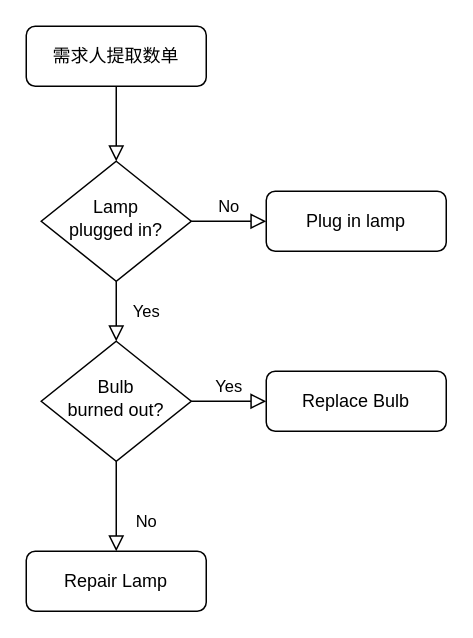
Above: Untitled Diagram.drawio in leeing/myconf (draw.io), before the change. Source tidied: cells renumbered, new cells numbered last; positions are measured from the earlier drawing's top-left corner, leaving out a move shared by most shapes. Both pictures are drawn from the tidied source at 150%, with x=0, y=0 at pixel (26, 26).
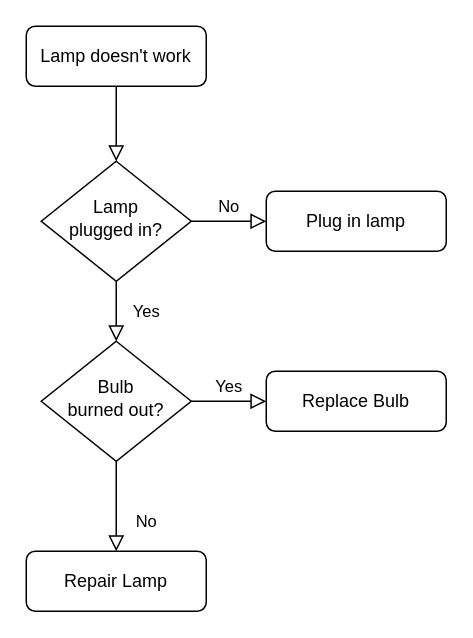
The same diagram, later.

What changed in the source:
```diff
@@
 <mxGraphModel>
   <root>
     <mxCell id="0" />
     <mxCell id="1" parent="0" />
     <mxCell id="2" style="rounded=0;html=1;jettySize=auto;fontSize=11;endArrow=block;endFill=0;endSize=8;strokeWidth=1;shadow=0;labelBackgroundColor=none;edgeStyle=orthogonalEdgeStyle;" parent="1" edge="1" source="3" target="6">
       <mxGeometry relative="1" as="geometry" />
     </mxCell>
-    <mxCell id="3" value="需求人提取数单" style="rounded=1;whiteSpace=wrap;html=1;fontSize=12;glass=0;strokeWidth=1;shadow=0;" parent="1" vertex="1">
+    <mxCell id="3" value="Lamp doesn't work" style="rounded=1;whiteSpace=wrap;html=1;fontSize=12;glass=0;strokeWidth=1;shadow=0;" parent="1" vertex="1">
       <mxGeometry width="120" height="40" as="geometry" />
     </mxCell>
     <mxCell id="4" value="Yes" style="rounded=0;html=1;jettySize=auto;fontSize=11;endArrow=block;endFill=0;endSize=8;strokeWidth=1;shadow=0;labelBackgroundColor=none;edgeStyle=orthogonalEdgeStyle;" parent="1" edge="1" source="6" target="10">
       <mxGeometry y="20" relative="1" as="geometry" />
     </mxCell>
     <mxCell id="5" value="No" style="edgeStyle=orthogonalEdgeStyle;rounded=0;html=1;jettySize=auto;fontSize=11;endArrow=block;endFill=0;endSize=8;strokeWidth=1;shadow=0;labelBackgroundColor=none;" parent="1" edge="1" source="6" target="7">
       <mxGeometry y="10" relative="1" as="geometry" />
     </mxCell>
     <mxCell id="6" value="Lamp&lt;br&gt;plugged in?" style="rhombus;whiteSpace=wrap;html=1;shadow=0;fontFamily=Helvetica;fontSize=12;align=center;strokeWidth=1;spacing=6;spacingTop=-4;" parent="1" vertex="1">
       <mxGeometry x="10" y="90" width="100" height="80" as="geometry" />
     </mxCell>
     <mxCell id="7" value="Plug in lamp" style="rounded=1;whiteSpace=wrap;html=1;fontSize=12;glass=0;strokeWidth=1;shadow=0;" parent="1" vertex="1">
       <mxGeometry x="160" y="110" width="120" height="40" as="geometry" />
     </mxCell>
     <mxCell id="8" value="No" style="rounded=0;html=1;jettySize=auto;fontSize=11;endArrow=block;endFill=0;endSize=8;strokeWidth=1;shadow=0;labelBackgroundColor=none;edgeStyle=orthogonalEdgeStyle;" parent="1" edge="1" source="10" target="11">
       <mxGeometry x="0.33" y="20" relative="1" as="geometry" />
     </mxCell>
     <mxCell id="9" value="Yes" style="edgeStyle=orthogonalEdgeStyle;rounded=0;html=1;jettySize=auto;fontSize=11;endArrow=block;endFill=0;endSize=8;strokeWidth=1;shadow=0;labelBackgroundColor=none;" parent="1" edge="1" source="10" target="12">
       <mxGeometry y="10" relative="1" as="geometry" />
     </mxCell>
     <mxCell id="10" value="Bulb&lt;br&gt;burned out?" style="rhombus;whiteSpace=wrap;html=1;shadow=0;fontFamily=Helvetica;fontSize=12;align=center;strokeWidth=1;spacing=6;spacingTop=-4;" parent="1" vertex="1">
       <mxGeometry x="10" y="210" width="100" height="80" as="geometry" />
     </mxCell>
     <mxCell id="11" value="Repair Lamp" style="rounded=1;whiteSpace=wrap;html=1;fontSize=12;glass=0;strokeWidth=1;shadow=0;" parent="1" vertex="1">
       <mxGeometry y="350" width="120" height="40" as="geometry" />
     </mxCell>
     <mxCell id="12" value="Replace Bulb" style="rounded=1;whiteSpace=wrap;html=1;fontSize=12;glass=0;strokeWidth=1;shadow=0;" parent="1" vertex="1">
       <mxGeometry x="160" y="230" width="120" height="40" as="geometry" />
     </mxCell>
   </root>
 </mxGraphModel>
```
